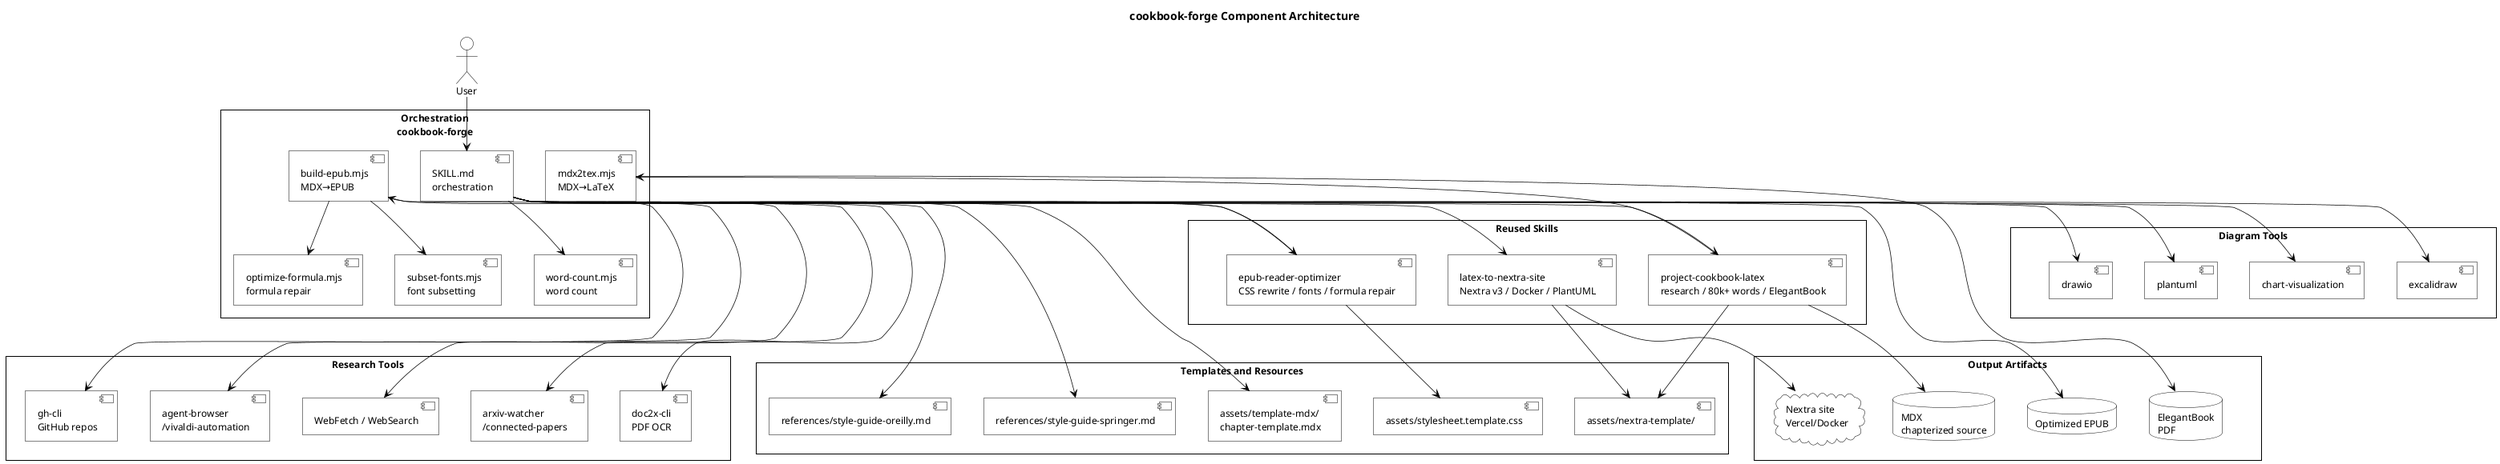
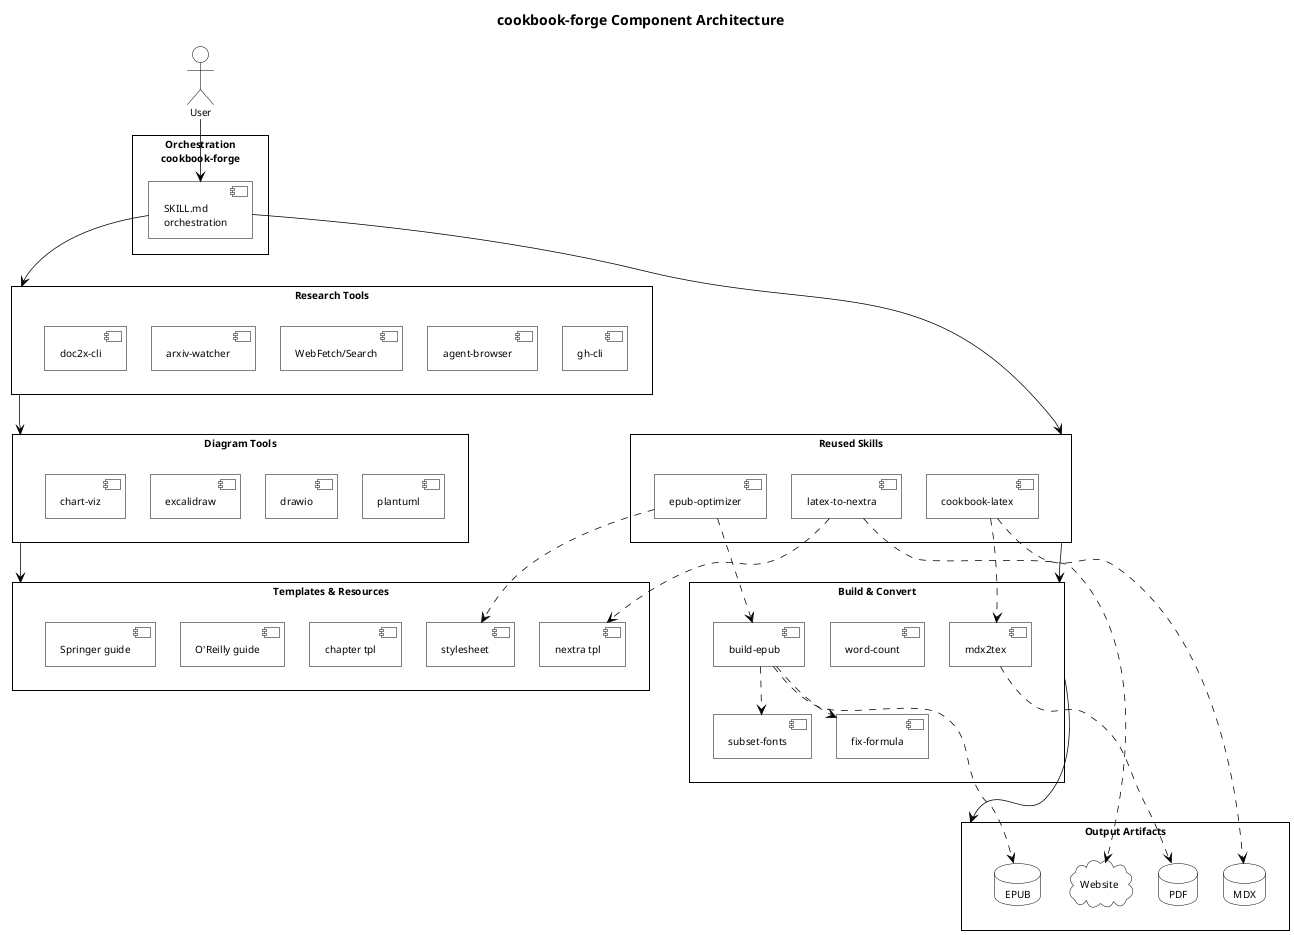
@startuml
' uml-diagrams.org reference style — strict OMG UML 2.x, monochrome
skinparam monochrome true
skinparam backgroundColor #FFFFFF
skinparam defaultFontName Helvetica
- skinparam defaultFontSize 12
+ skinparam defaultFontSize 10
skinparam shadowing false
skinparam classAttributeIconSize 0
- skinparam sequenceMessageAlign center
skinparam roundCorner 0

skinparam ActorBackgroundColor #FFFFFF
skinparam ActorBorderColor #000000
- skinparam ParticipantBackgroundColor #FFFFFF
- skinparam ParticipantBorderColor #000000
- skinparam NoteBackgroundColor #FFFFFF
- skinparam NoteBorderColor #000000
- skinparam SequenceGroupBackgroundColor #FFFFFF
skinparam PackageBackgroundColor #FFFFFF
skinparam PackageBorderColor #000000
- skinparam ClassBackgroundColor #FFFFFF
- skinparam ObjectBackgroundColor #FFFFFF
- skinparam StateBackgroundColor #FFFFFF
- skinparam StateBorderColor #000000
- skinparam UsecaseBackgroundColor #FFFFFF
- skinparam UsecaseBorderColor #000000
skinparam ComponentBackgroundColor #FFFFFF
skinparam ComponentBorderColor #000000
- skinparam ActivityBackgroundColor #FFFFFF
- skinparam ActivityBorderColor #000000
- skinparam NodeBackgroundColor #FFFFFF
- skinparam NodeBorderColor #000000
skinparam DatabaseBackgroundColor #FFFFFF
skinparam DatabaseBorderColor #000000
skinparam CloudBackgroundColor #FFFFFF
skinparam CloudBorderColor #000000
- skinparam RectangleBackgroundColor #FFFFFF
- skinparam RectangleBorderColor #000000
skinparam ArrowColor #000000
skinparam ArrowThickness 0.75
skinparam DefaultTextColor #000000
skinparam defaultFontColor #000000

title cookbook-forge Component Architecture

top to bottom direction
- skinparam nodesep 40
- skinparam ranksep 50
+ skinparam nodesep 25
+ skinparam ranksep 25
skinparam packageStyle rectangle

- actor User
+ actor User as USER

package "Orchestration\ncookbook-forge" as P_ORCH {
  [SKILL.md\norchestration] as ORCH
-   [mdx2tex.mjs\nMDX→LaTeX] as M2T
-   [build-epub.mjs\nMDX→EPUB] as EPUB
-   [subset-fonts.mjs\nfont subsetting] as FONT
-   [word-count.mjs\nword count] as WC
-   [optimize-formula.mjs\nformula repair] as FORMULA
- }
- 
- package "Reused Skills" as P_SKILLS {
-   [project-cookbook-latex\nresearch / 80k+ words / ElegantBook] as PCL
-   [latex-to-nextra-site\nNextra v3 / Docker / PlantUML] as L2N
-   [epub-reader-optimizer\nCSS rewrite / fonts / formula repair] as ERO
}

package "Research Tools" as P_RESEARCH {
-   [agent-browser\n/vivaldi-automation] as BR
-   [WebFetch / WebSearch] as WF
-   [arxiv-watcher\n/connected-papers] as ARX
-   [doc2x-cli\nPDF OCR] as D2X
-   [gh-cli\nGitHub repos] as GH
+   [agent-browser] as BR
+   [WebFetch/Search] as WF
+   [arxiv-watcher] as ARX
+   [doc2x-cli] as D2X
+   [gh-cli] as GH
}

package "Diagram Tools" as P_DIAGRAM {
  [plantuml] as PU
  [drawio] as DR
  [excalidraw] as EX
-   [chart-visualization] as CH
+   [chart-viz] as CH
}

- package "Templates and Resources" as P_TEMPLATES {
-   [references/style-guide-oreilly.md] as ORE
-   [references/style-guide-springer.md] as SPR
-   [assets/template-mdx/\nchapter-template.mdx] as TPL
-   [assets/nextra-template/] as NXT
-   [assets/stylesheet.template.css] as CSS
+ package "Reused Skills" as P_SKILLS {
+   [cookbook-latex] as PCL
+   [latex-to-nextra] as L2N
+   [epub-optimizer] as ERO
+ }
+ 
+ package "Build & Convert" as P_BUILD {
+   [mdx2tex] as M2T
+   [build-epub] as EPUB
+   [subset-fonts] as FONT
+   [word-count] as WC
+   [fix-formula] as FORMULA
+ }
+ 
+ package "Templates & Resources" as P_TEMPLATES {
+   [O'Reilly guide] as ORE
+   [Springer guide] as SPR
+   [chapter tpl] as TPL
+   [nextra tpl] as NXT
+   [stylesheet] as CSS
}

package "Output Artifacts" as P_OUTPUT {
-   database "MDX\nchapterized source" as MDX
-   database "ElegantBook\nPDF" as PDF
-   cloud "Nextra site\nVercel/Docker" as WEB
-   database "Optimized EPUB" as EOUT
+   database "MDX" as MDX
+   database "PDF" as PDF
+   cloud "Website" as WEB
+   database "EPUB" as EOUT
}

- User --> ORCH
+ USER --> ORCH

- ORCH --> BR
- ORCH --> WF
- ORCH --> ARX
- ORCH --> D2X
- ORCH --> GH
- ORCH --> PCL
- ORCH --> L2N
- ORCH --> ERO
- ORCH --> PU
- ORCH --> DR
- ORCH --> EX
- ORCH --> CH
- ORCH --> ORE
- ORCH --> SPR
- ORCH --> TPL
- ORCH --> WC
+ ORCH --> P_RESEARCH
+ ORCH --> P_SKILLS

- PCL --> NXT
- ERO --> CSS
- PCL --> M2T
- L2N --> NXT
- ERO --> EPUB
- EPUB --> FONT
- EPUB --> FORMULA
- M2T --> PDF
- PCL --> MDX
- L2N --> WEB
- EPUB --> EOUT
+ P_RESEARCH --> P_DIAGRAM
+ P_SKILLS --> P_BUILD

- P_SKILLS -[hidden]down- P_RESEARCH
- P_DIAGRAM -[hidden]down- P_OUTPUT
+ P_DIAGRAM --> P_TEMPLATES
+ P_BUILD --> P_OUTPUT
+ 
+ BR -[hidden]down- PU
+ WF -[hidden]down- DR
+ ARX -[hidden]down- EX
+ D2X -[hidden]down- CH
+ GH -[hidden]down- PCL
+ 
+ PCL -[hidden]down- M2T
+ L2N -[hidden]down- EPUB
+ ERO -[hidden]down- WC
+ PU -[hidden]down- ORE
+ DR -[hidden]down- SPR
+ 
+ M2T -[hidden]down- MDX
+ EPUB -[hidden]down- PDF
+ FONT -[hidden]down- WEB
+ WC -[hidden]down- EOUT
+ 
+ PCL ..> M2T
+ PCL ..> MDX
+ L2N ..> NXT
+ L2N ..> WEB
+ ERO ..> CSS
+ ERO ..> EPUB
+ EPUB ..> FONT
+ EPUB ..> FORMULA
+ EPUB ..> EOUT
+ M2T ..> PDF
+ 
@enduml
